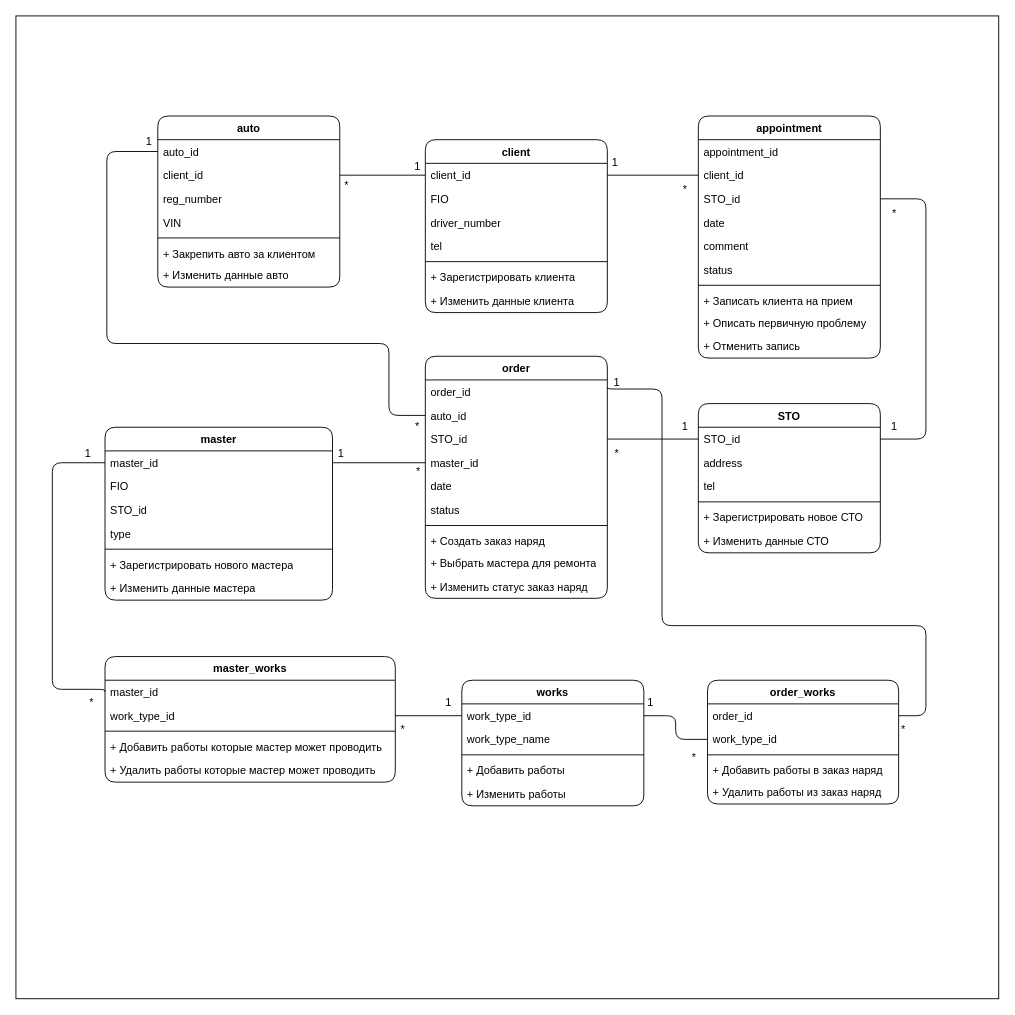
Earlier version of the draw.io diagram OTUS_SA_BASIC/9. Диаграмма классов/ооп.drawio (dmatwe/projects). Source tidied: cells renumbered, new cells numbered last; positions are measured from the earlier drawing's top-left corner, leaving out a move shared by most shapes. Both pictures are drawn from the tidied source at 91%, with x=0, y=0 at pixel (15, 15).
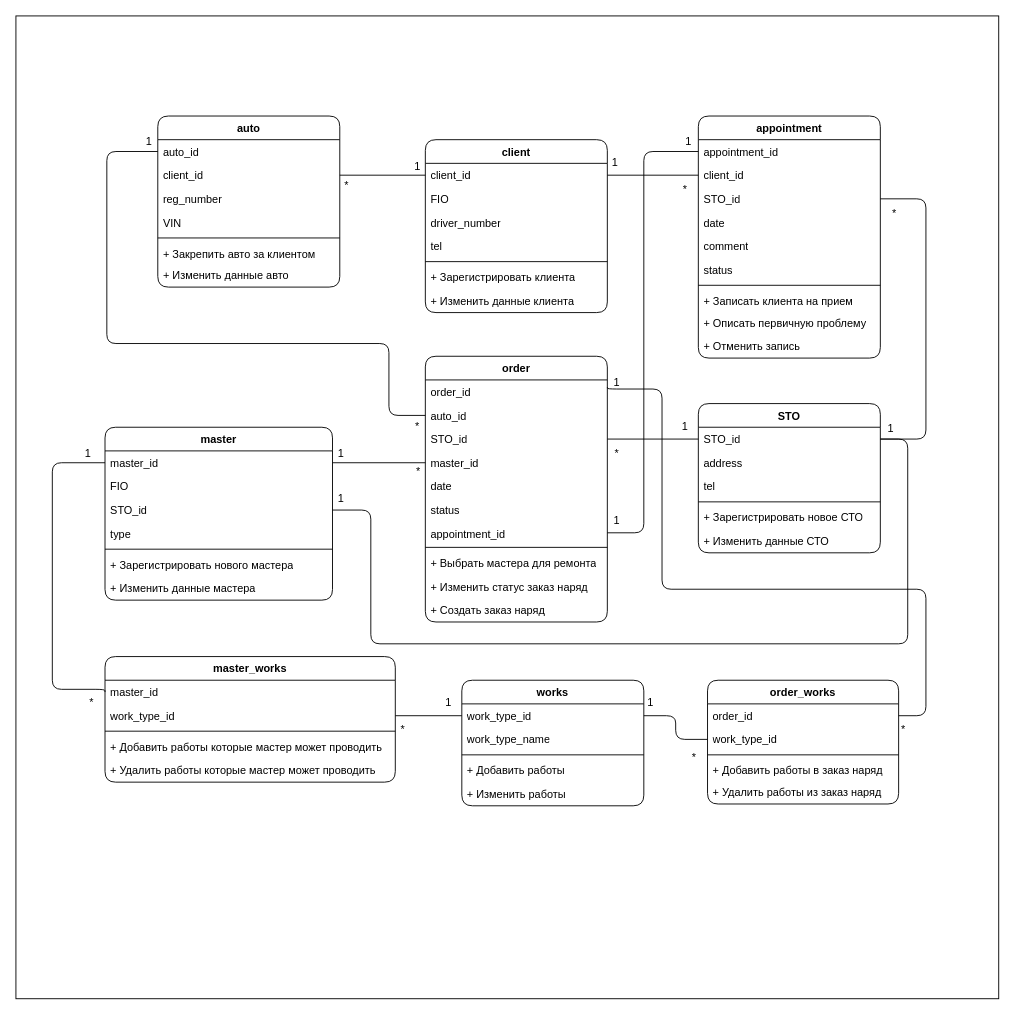
The same diagram, later.

The change refers to these unchanged cells:
```xml
<mxCell id="23" value="appointment_id" style="text;strokeColor=none;fillColor=none;align=left;verticalAlign=top;spacingLeft=4;spacingRight=4;overflow=hidden;points=[[0,0.5],[1,0.5]];portConstraint=eastwest;whiteSpace=wrap;html=1;labelBackgroundColor=none;rounded=1;" parent="22" vertex="1">
  <mxGeometry y="26" width="200" height="26" as="geometry" />
</mxCell>
<mxCell id="37" value="STO_id" style="text;strokeColor=none;fillColor=none;align=left;verticalAlign=top;spacingLeft=4;spacingRight=4;overflow=hidden;points=[[0,0.5],[1,0.5]];portConstraint=eastwest;whiteSpace=wrap;html=1;labelBackgroundColor=none;rounded=1;" parent="36" vertex="1">
  <mxGeometry y="26" width="200" height="26" as="geometry" />
</mxCell>
<mxCell id="66" value="STO_id" style="text;strokeColor=none;fillColor=none;align=left;verticalAlign=top;spacingLeft=4;spacingRight=4;overflow=hidden;points=[[0,0.5],[1,0.5]];portConstraint=eastwest;whiteSpace=wrap;html=1;labelBackgroundColor=none;rounded=1;" parent="63" vertex="1">
  <mxGeometry y="78" width="250" height="26" as="geometry" />
</mxCell>
<mxCell id="84" value="order_id" style="text;strokeColor=none;fillColor=none;align=left;verticalAlign=top;spacingLeft=4;spacingRight=4;overflow=hidden;points=[[0,0.5],[1,0.5]];portConstraint=eastwest;whiteSpace=wrap;html=1;labelBackgroundColor=none;rounded=1;" parent="83" vertex="1">
  <mxGeometry y="26" width="210" height="26" as="geometry" />
</mxCell>
<mxCell id="95" value="1" style="text;html=1;align=center;verticalAlign=middle;points=[];strokeColor=none;fillColor=none;labelBackgroundColor=none;rounded=1;" parent="1" vertex="1">
  <mxGeometry x="644.9" y="388" width="30" height="30" as="geometry" />
</mxCell>
```

Change to the diagram source:
```diff
@@
     <mxCell id="45" value="1" style="text;html=1;align=center;verticalAlign=middle;strokeColor=none;fillColor=none;labelBackgroundColor=none;rounded=1;" parent="1" vertex="1">
-      <mxGeometry x="949.9" y="437" width="30" height="30" as="geometry" />
+      <mxGeometry x="945.9" y="439" width="30" height="30" as="geometry" />
     </mxCell>
     <mxCell id="46" value="order" style="swimlane;fontStyle=1;align=center;verticalAlign=top;horizontal=1;startSize=26;whiteSpace=wrap;html=1;labelBackgroundColor=none;rounded=1;" parent="1" vertex="1">
-      <mxGeometry x="449.9" y="374" width="200" height="266" as="geometry" />
+      <mxGeometry x="449.9" y="374" width="200" height="292" as="geometry" />
     </mxCell>
@@
+    <mxCell id="54" value="appointment_id" style="text;strokeColor=none;fillColor=none;align=left;verticalAlign=top;spacingLeft=4;spacingRight=4;overflow=hidden;points=[[0,0.5],[1,0.5]];portConstraint=eastwest;whiteSpace=wrap;html=1;labelBackgroundColor=none;rounded=1;" parent="46" vertex="1">
+      <mxGeometry y="182" width="200" height="24" as="geometry" />
+    </mxCell>
     <mxCell id="53" style="line;strokeWidth=1;fillColor=none;align=left;verticalAlign=middle;spacingTop=-1;spacingLeft=3;spacingRight=3;labelPosition=right;labelBackgroundColor=none;rounded=1;" parent="46" vertex="1">
-      <mxGeometry y="182" width="200" height="8" as="geometry" />
+      <mxGeometry y="206" width="200" height="8" as="geometry" />
     </mxCell>
-    <mxCell id="54" value="+ Создать заказ наряд&amp;nbsp;" style="text;strokeColor=none;fillColor=none;align=left;verticalAlign=top;spacingLeft=4;spacingRight=4;overflow=hidden;points=[[0,0.5],[1,0.5]];portConstraint=eastwest;whiteSpace=wrap;html=1;labelBackgroundColor=none;rounded=1;" parent="46" vertex="1">
-      <mxGeometry y="190" width="200" height="24" as="geometry" />
-    </mxCell>
@@
+    <mxCell id="104" value="+ Создать заказ наряд&amp;nbsp;" style="text;strokeColor=none;fillColor=none;align=left;verticalAlign=top;spacingLeft=4;spacingRight=4;overflow=hidden;whiteSpace=wrap;html=1;labelBackgroundColor=none;rounded=1;" parent="46" vertex="1">
+      <mxGeometry y="266" width="200" height="26" as="geometry" />
+    </mxCell>
@@
     <mxCell id="96" style="edgeStyle=orthogonalEdgeStyle;rounded=1;jettySize=auto;html=1;entryX=0.169;entryY=0.667;entryDx=0;entryDy=0;entryPerimeter=0;endArrow=none;endFill=0;exitX=1;exitY=0.5;exitDx=0;exitDy=0;labelBackgroundColor=none;fontColor=default;" parent="1" edge="1" source="84" target="95">
       <mxGeometry relative="1" as="geometry">
         <Array as="points">
           <mxPoint x="1000" y="769" />
-          <mxPoint x="1000" y="670" />
-          <mxPoint x="710" y="670" />
+          <mxPoint x="1000" y="630" />
+          <mxPoint x="710" y="630" />
           <mxPoint x="710" y="410" />
           <mxPoint x="650" y="410" />
         </Array>
       </mxGeometry>
     </mxCell>
@@
+    <mxCell id="105" style="edgeStyle=orthogonalEdgeStyle;rounded=1;jettySize=auto;html=1;endArrow=none;endFill=0;entryX=1;entryY=0.5;entryDx=0;entryDy=0;" parent="1" edge="1" source="66" target="37">
+      <mxGeometry relative="1" as="geometry">
+        <Array as="points">
+          <mxPoint x="390" y="543" />
+          <mxPoint x="390" y="690" />
+          <mxPoint x="980" y="690" />
+          <mxPoint x="980" y="465" />
+        </Array>
+      </mxGeometry>
+    </mxCell>
+    <mxCell id="106" value="1" style="text;html=1;align=center;verticalAlign=middle;strokeColor=none;fillColor=none;labelBackgroundColor=none;rounded=1;" parent="1" vertex="1">
+      <mxGeometry x="341.9" y="516" width="30" height="30" as="geometry" />
+    </mxCell>
+    <mxCell id="107" style="edgeStyle=orthogonalEdgeStyle;rounded=1;jettySize=auto;html=1;entryX=0;entryY=0.5;entryDx=0;entryDy=0;endArrow=none;endFill=0;" parent="1" edge="1" source="54" target="23">
+      <mxGeometry relative="1" as="geometry">
+        <Array as="points">
+          <mxPoint x="690" y="568" />
+          <mxPoint x="690" y="149" />
+        </Array>
+      </mxGeometry>
+    </mxCell>
+    <mxCell id="108" value="1" style="text;html=1;align=center;verticalAlign=middle;strokeColor=none;fillColor=none;labelBackgroundColor=none;rounded=1;" parent="1" vertex="1">
+      <mxGeometry x="644.9" y="540" width="30" height="30" as="geometry" />
+    </mxCell>
+    <mxCell id="109" value="1" style="text;html=1;align=center;verticalAlign=middle;strokeColor=none;fillColor=none;labelBackgroundColor=none;rounded=1;" parent="1" vertex="1">
+      <mxGeometry x="724" y="123" width="30" height="30" as="geometry" />
+    </mxCell>
```
